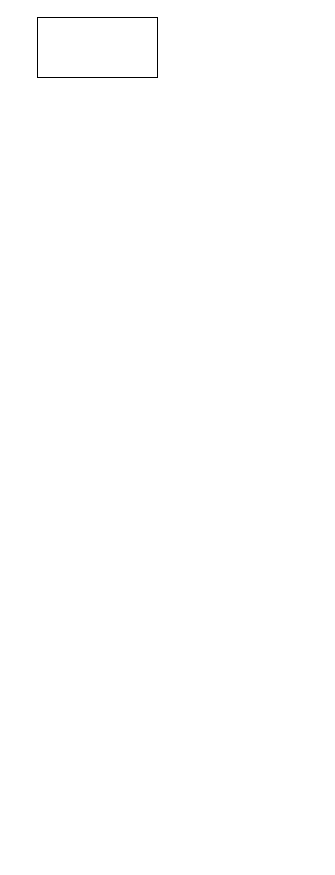
Above: 未命名绘图.drawio in piaoransheng/draw.io (draw.io), before the change. Source tidied: cells renumbered, new cells numbered last; positions are measured from the earlier drawing's top-left corner, leaving out a move shared by most shapes. Both pictures are drawn from the tidied source at 100%, with x=0, y=0 at pixel (37, 17).
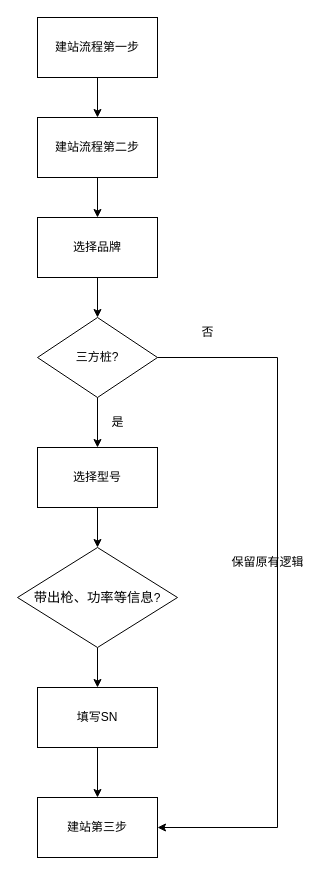
Above is the later version.

Commit message (it also covers changes not shown here):
更新未命名绘图.drawio

Change to the diagram source:
```diff
@@
-    <mxCell id="2" style="rounded=0;whiteSpace=wrap;html=1;" parent="1" vertex="1">
+    <mxCell id="2" value="建站流程第一步" style="rounded=0;whiteSpace=wrap;html=1;" parent="1" vertex="1">
       <mxGeometry width="120" height="60" as="geometry" />
     </mxCell>
+    <mxCell id="3" style="endArrow=classic;html=1;rounded=0;exitX=0.5;exitY=1;exitDx=0;exitDy=0;entryX=0.5;entryY=0;entryDx=0;entryDy=0;" parent="1" edge="1" source="2" target="4">
+      <mxGeometry relative="1" as="geometry" />
+    </mxCell>
+    <mxCell id="4" value="建站流程第二步" style="rounded=0;whiteSpace=wrap;html=1;" parent="1" vertex="1">
+      <mxGeometry y="100" width="120" height="60" as="geometry" />
+    </mxCell>
+    <mxCell id="5" value="选择品牌" style="rounded=0;whiteSpace=wrap;html=1;" parent="1" vertex="1">
+      <mxGeometry y="200" width="120" height="60" as="geometry" />
+    </mxCell>
+    <mxCell id="6" style="endArrow=classic;html=1;rounded=0;exitX=0.5;exitY=1;exitDx=0;exitDy=0;entryX=0.5;entryY=0;entryDx=0;entryDy=0;" parent="1" edge="1" source="4" target="5">
+      <mxGeometry relative="1" as="geometry" />
+    </mxCell>
+    <mxCell id="7" style="endArrow=classic;html=1;rounded=0;exitX=0.5;exitY=1;exitDx=0;exitDy=0;entryX=0.5;entryY=0;entryDx=0;entryDy=0;" parent="1" edge="1" source="5" target="8">
+      <mxGeometry relative="1" as="geometry" />
+    </mxCell>
+    <mxCell id="8" value="三方桩?" style="rhombus;whiteSpace=wrap;html=1;" parent="1" vertex="1">
+      <mxGeometry y="300" width="120" height="80" as="geometry" />
+    </mxCell>
+    <mxCell id="9" style="endArrow=classic;html=1;rounded=0;exitX=0.5;exitY=1;exitDx=0;exitDy=0;entryX=0.5;entryY=0;entryDx=0;entryDy=0;" parent="1" edge="1" source="8" target="11">
+      <mxGeometry relative="1" as="geometry" />
+    </mxCell>
+    <mxCell id="10" value="是" style="text;html=1;align=center;verticalAlign=middle;strokeColor=none;fillColor=none;" parent="1" vertex="1">
+      <mxGeometry x="60" y="390" width="40" height="30" as="geometry" />
+    </mxCell>
+    <mxCell id="11" value="选择型号" style="rounded=0;whiteSpace=wrap;html=1;" parent="1" vertex="1">
+      <mxGeometry y="430" width="120" height="60" as="geometry" />
+    </mxCell>
+    <mxCell id="12" value="否" style="text;html=1;align=center;verticalAlign=middle;strokeColor=none;fillColor=none;" parent="1" vertex="1">
+      <mxGeometry x="150" y="300" width="40" height="30" as="geometry" />
+    </mxCell>
+    <mxCell id="13" style="endArrow=classic;html=1;rounded=0;exitX=0.5;exitY=1;exitDx=0;exitDy=0;entryX=0.5;entryY=0;entryDx=0;entryDy=0;" parent="1" edge="1" source="11" target="19">
+      <mxGeometry relative="1" as="geometry" />
+    </mxCell>
+    <mxCell id="14" value="填写SN" style="rounded=0;whiteSpace=wrap;html=1;" parent="1" vertex="1">
+      <mxGeometry y="670" width="120" height="60" as="geometry" />
+    </mxCell>
+    <mxCell id="15" style="endArrow=classic;html=1;rounded=0;entryX=0.5;entryY=0;entryDx=0;entryDy=0;exitX=0.5;exitY=1;exitDx=0;exitDy=0;" parent="1" edge="1" source="19" target="14">
+      <mxGeometry relative="1" as="geometry" />
+    </mxCell>
+    <mxCell id="16" style="endArrow=classic;html=1;rounded=0;exitX=1;exitY=0.5;exitDx=0;exitDy=0;entryX=1;entryY=0.5;entryDx=0;entryDy=0;" parent="1" edge="1" source="8" target="17">
+      <mxGeometry relative="1" as="geometry">
+        <Array as="points">
+          <mxPoint x="240" y="340" />
+          <mxPoint x="240" y="810" />
+        </Array>
+      </mxGeometry>
+    </mxCell>
+    <mxCell id="17" value="建站第三步" style="rounded=0;whiteSpace=wrap;html=1;" parent="1" vertex="1">
+      <mxGeometry y="780" width="120" height="60" as="geometry" />
+    </mxCell>
+    <mxCell id="18" style="endArrow=classic;html=1;rounded=0;exitX=0.5;exitY=1;exitDx=0;exitDy=0;entryX=0.5;entryY=0;entryDx=0;entryDy=0;" parent="1" edge="1" source="14" target="17">
+      <mxGeometry relative="1" as="geometry" />
+    </mxCell>
+    <mxCell id="19" value="&lt;span style=&quot;font-size: 13.3333px;&quot;&gt;带出枪、功率等信息&lt;/span&gt;?" style="rhombus;whiteSpace=wrap;html=1;" parent="1" vertex="1">
+      <mxGeometry x="-20" y="530" width="160" height="100" as="geometry" />
+    </mxCell>
+    <mxCell id="20" value="保留原有逻辑" style="text;html=1;align=center;verticalAlign=middle;strokeColor=none;fillColor=none;rotation=0;" parent="1" vertex="1">
+      <mxGeometry x="180" y="530" width="100" height="30" as="geometry" />
+    </mxCell>
```
